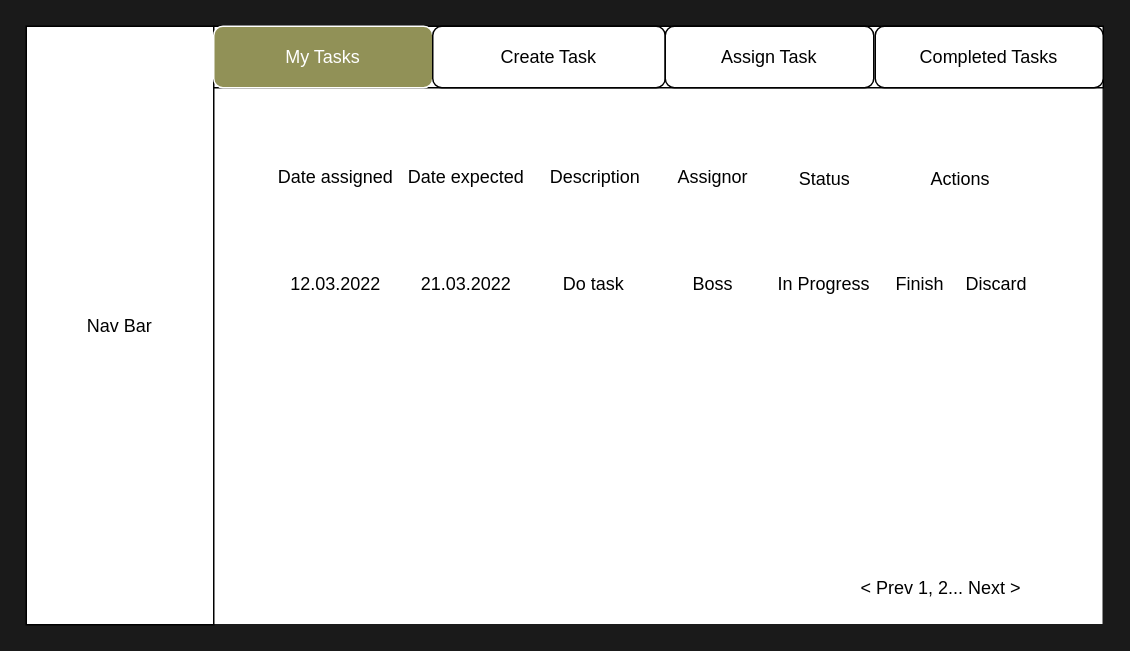
StoilTomanov/task-manager keeps this draw.io diagram as page "My Tasks" (5 of 10) of app.drawio. Above is the earlier version. Source tidied: cells renumbered, new cells numbered last; positions are measured from the earlier drawing's top-left corner, leaving out a move shared by most shapes. Both pictures are drawn from the tidied source at 150%, with x=0, y=0 at pixel (26, 26).
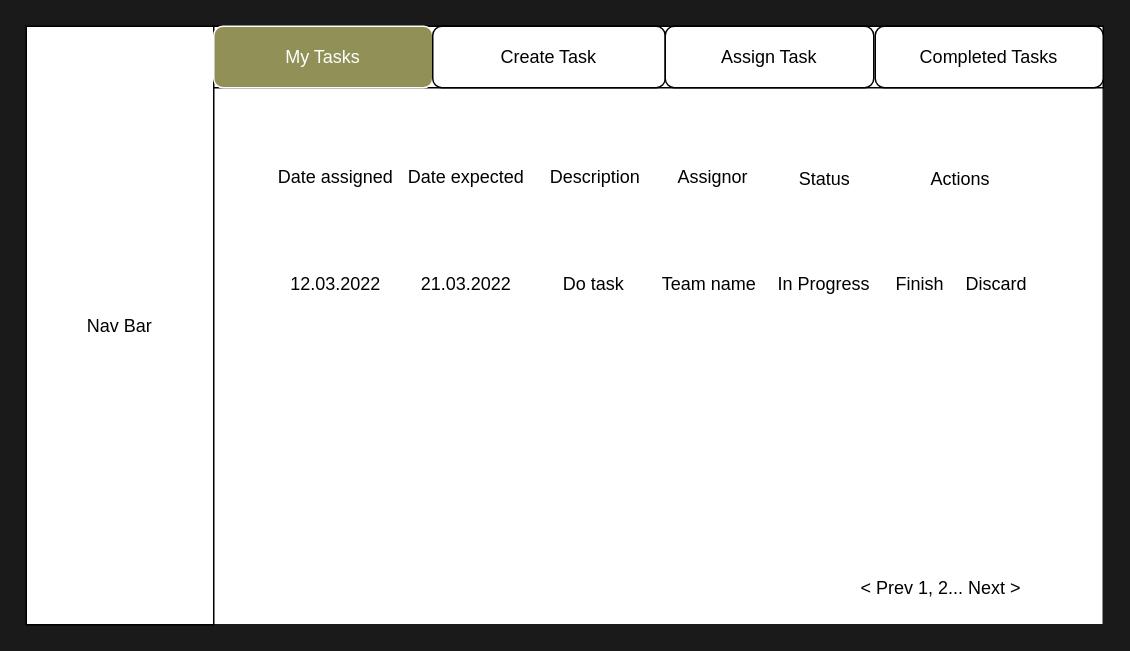
The same diagram, later.

Diff of the diagram source:
```diff
@@
-    <mxCell id="20" value="Boss" style="rounded=1;whiteSpace=wrap;html=1;strokeColor=#FFFFFF;fillColor=none;" parent="1" vertex="1">
-      <mxGeometry x="430" y="161" width="56" height="21" as="geometry" />
+    <mxCell id="20" value="Team name" style="rounded=1;whiteSpace=wrap;html=1;strokeColor=#FFFFFF;fillColor=none;" parent="1" vertex="1">
+      <mxGeometry x="421" y="161" width="69" height="21" as="geometry" />
     </mxCell>
```
